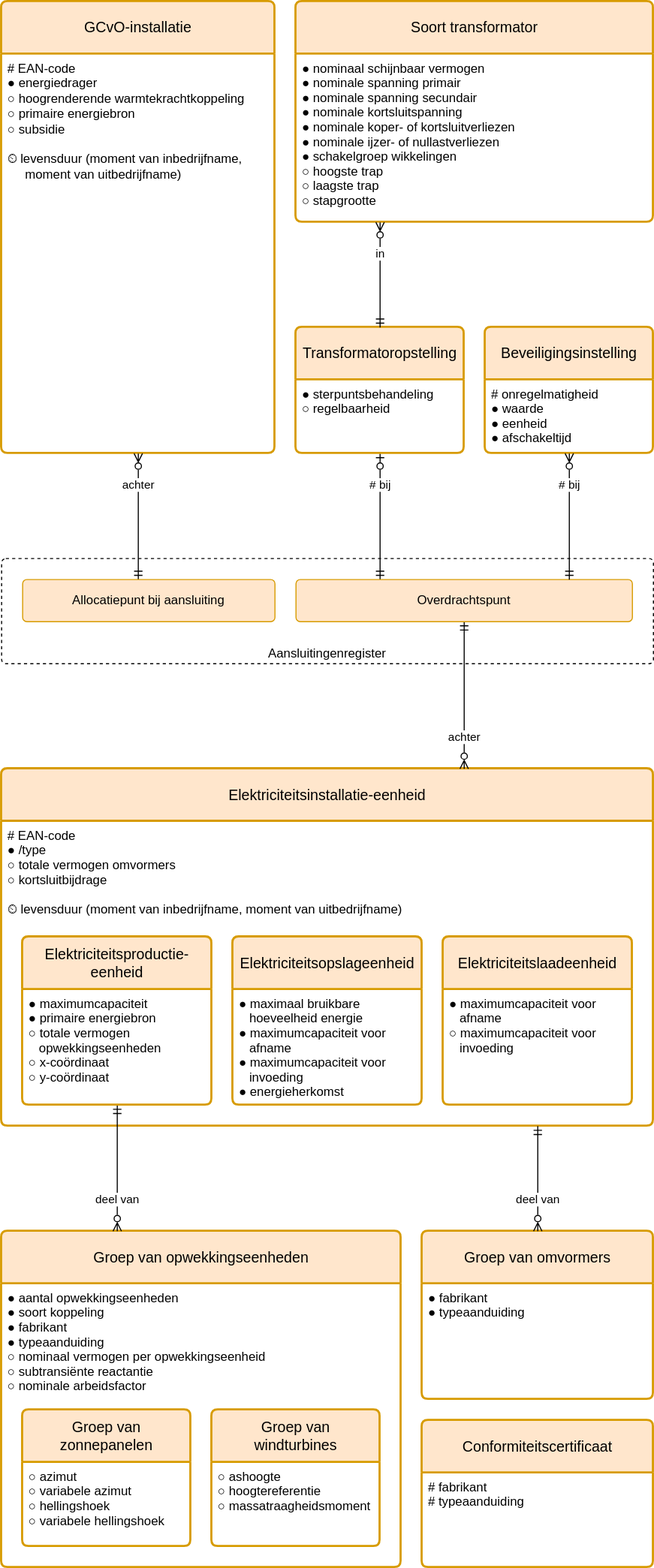
The draw.io diagram modellen/registers/installatieregister/1.0.0/model.drawio.svg in sefanja/nbnl-conceptuele-informatiemodellen, before a commit. Source tidied: cells renumbered, new cells last; positions are measured from the earlier drawing's top-left corner, leaving out a move shared by most shapes.
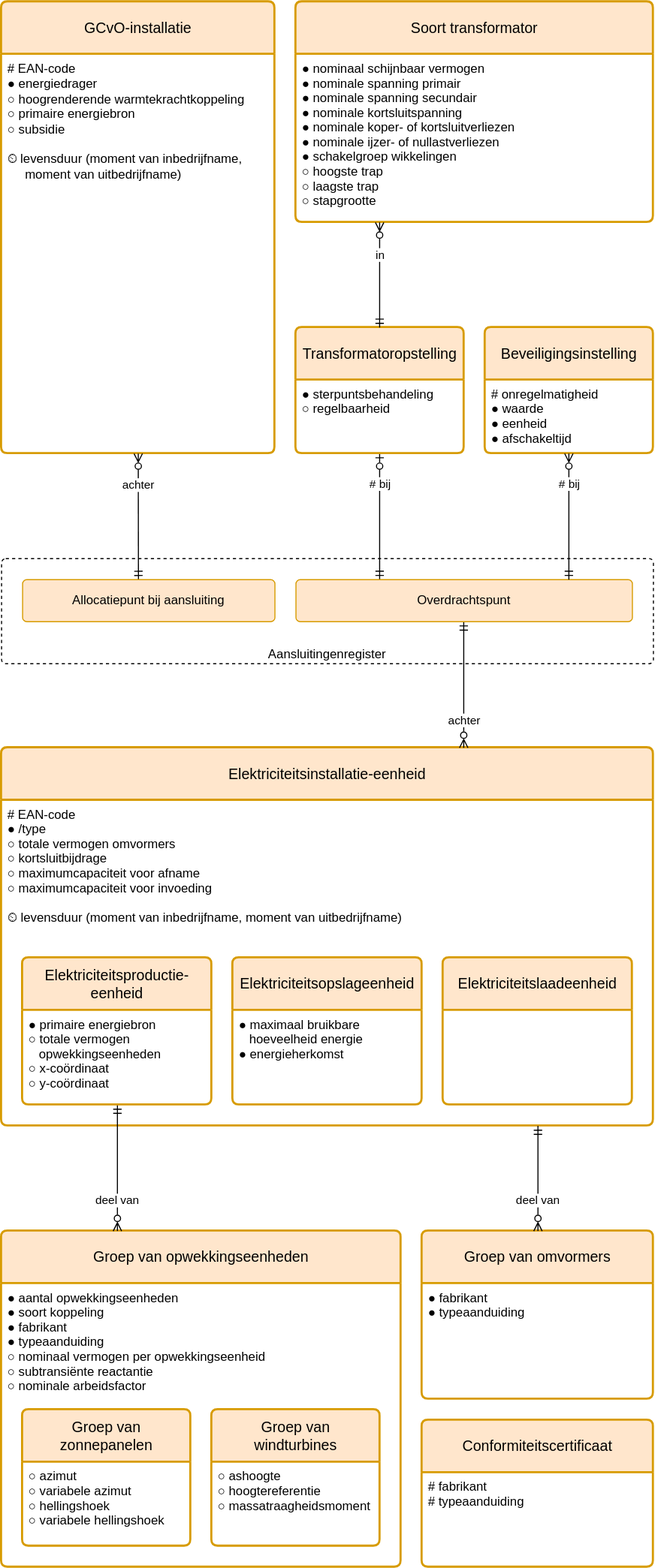
The same file after the commit.

Change to the diagram source:
```diff
@@ -15,10 +15,10 @@
       <mxGeometry x="-0.5" relative="1" as="geometry" />
     </mxCell>
     <mxCell id="6" value="Elektriciteitsinstallatie-eenheid" style="swimlane;horizontal=1;startSize=50;rounded=1;fontSize=14;fontStyle=0;strokeWidth=2;shadow=0;dashed=0;align=center;fillColor=#ffe6cc;strokeColor=#d79b00;arcSize=4;whiteSpace=wrap;html=1;spacing=10;" parent="1" vertex="1">
-      <mxGeometry y="730" width="620" height="340" as="geometry" />
+      <mxGeometry y="710" width="620" height="360" as="geometry" />
     </mxCell>
-    <mxCell id="7" value="# EAN-code&#10;● /type&#10;○ totale vermogen omvormers&#10;○ kortsluitbijdrage&#10;&#10;⏲ levensduur (moment van inbedrijfname, moment van uitbedrijfname)" style="align=left;strokeColor=none;fillColor=none;spacingLeft=4;fontSize=12;verticalAlign=top;" parent="6" vertex="1">
-      <mxGeometry y="50" width="620" height="290" as="geometry" />
+    <mxCell id="7" value="# EAN-code&#10;● /type&#10;○ totale vermogen omvormers&#10;○ kortsluitbijdrage&#10;○ maximumcapaciteit voor afname&#10;○ maximumcapaciteit voor invoeding&#10;&#10;⏲ levensduur (moment van inbedrijfname, moment van uitbedrijfname)" style="align=left;strokeColor=none;fillColor=none;spacingLeft=4;fontSize=12;verticalAlign=top;" parent="6" vertex="1">
+      <mxGeometry y="50" width="620" height="310" as="geometry" />
     </mxCell>
     <mxCell id="8" value="Groep van opwekkingseenheden" style="swimlane;horizontal=1;startSize=50;rounded=1;fontSize=14;fontStyle=0;strokeWidth=2;shadow=0;dashed=0;align=center;fillColor=#ffe6cc;strokeColor=#d79b00;arcSize=4;whiteSpace=wrap;html=1;spacing=10;" parent="1" vertex="1">
       <mxGeometry y="1170" width="380" height="320" as="geometry" />
@@ -39,16 +39,16 @@
       <mxGeometry x="0.5" relative="1" as="geometry" />
     </mxCell>
     <mxCell id="14" value="Elektriciteitsproductie-eenheid" style="swimlane;horizontal=1;startSize=50;rounded=1;fontSize=14;fontStyle=0;strokeWidth=2;shadow=0;dashed=0;align=center;fillColor=#ffe6cc;strokeColor=#d79b00;arcSize=4;whiteSpace=wrap;html=1;spacing=10;" parent="1" vertex="1">
-      <mxGeometry x="20" y="890" width="180" height="160" as="geometry" />
+      <mxGeometry x="20" y="910" width="180" height="140" as="geometry" />
     </mxCell>
-    <mxCell id="15" value="● maximumcapaciteit&#10;● primaire energiebron&#10;○ totale vermogen&#10;   opwekkingseenheden&#10;○ x-coördinaat&#10;○ y-coördinaat" style="align=left;strokeColor=none;fillColor=none;spacingLeft=4;fontSize=12;verticalAlign=top;" parent="14" vertex="1">
-      <mxGeometry y="50" width="180" height="110" as="geometry" />
+    <mxCell id="15" value="● primaire energiebron&#10;○ totale vermogen&#10;   opwekkingseenheden&#10;○ x-coördinaat&#10;○ y-coördinaat" style="align=left;strokeColor=none;fillColor=none;spacingLeft=4;fontSize=12;verticalAlign=top;" parent="14" vertex="1">
+      <mxGeometry y="50" width="180" height="90" as="geometry" />
     </mxCell>
     <mxCell id="16" value="Elektriciteitsopslageenheid" style="swimlane;horizontal=1;startSize=50;rounded=1;fontSize=14;fontStyle=0;strokeWidth=2;shadow=0;dashed=0;align=center;fillColor=#ffe6cc;strokeColor=#d79b00;arcSize=4;whiteSpace=wrap;html=1;spacing=10;" parent="1" vertex="1">
-      <mxGeometry x="220" y="890" width="180" height="160" as="geometry" />
+      <mxGeometry x="220" y="910" width="180" height="140" as="geometry" />
     </mxCell>
-    <mxCell id="17" value="● maximaal bruikbare&#10;   hoeveelheid energie&#10;● maximumcapaciteit voor&#10;   afname&#10;● maximumcapaciteit voor&#10;   invoeding&#10;● energieherkomst" style="align=left;strokeColor=none;fillColor=none;spacingLeft=4;fontSize=12;verticalAlign=top;fontStyle=0;" parent="16" vertex="1">
-      <mxGeometry y="50" width="180" height="110" as="geometry" />
+    <mxCell id="17" value="● maximaal bruikbare&#10;   hoeveelheid energie&#10;● energieherkomst" style="align=left;strokeColor=none;fillColor=none;spacingLeft=4;fontSize=12;verticalAlign=top;fontStyle=0;" parent="16" vertex="1">
+      <mxGeometry y="50" width="180" height="90" as="geometry" />
     </mxCell>
     <mxCell id="18" value="achter" style="endArrow=ERmandOne;html=1;rounded=0;endFill=0;startArrow=ERzeroToMany;startFill=0;align=center;edgeStyle=elbowEdgeStyle;" parent="1" edge="1" source="6" target="19">
       <mxGeometry x="-0.57" relative="1" as="geometry" />
@@ -105,10 +105,10 @@
       <mxGeometry y="50" width="160" height="80" as="geometry" />
     </mxCell>
     <mxCell id="36" value="Elektriciteitslaadeenheid" style="swimlane;horizontal=1;startSize=50;rounded=1;fontSize=14;fontStyle=0;strokeWidth=2;shadow=0;dashed=0;align=center;fillColor=#ffe6cc;strokeColor=#d79b00;arcSize=4;whiteSpace=wrap;html=1;spacing=10;" parent="1" vertex="1">
-      <mxGeometry x="420" y="890" width="180" height="160" as="geometry" />
+      <mxGeometry x="420" y="910" width="180" height="140" as="geometry" />
     </mxCell>
-    <mxCell id="37" value="● maximumcapaciteit voor&#10;   afname&#10;○ maximumcapaciteit voor&#10;   invoeding" style="align=left;strokeColor=none;fillColor=none;spacingLeft=4;fontSize=12;verticalAlign=top;fontStyle=0;" parent="36" vertex="1">
-      <mxGeometry y="50" width="180" height="110" as="geometry" />
+    <mxCell id="37" value=" " style="align=left;strokeColor=none;fillColor=none;spacingLeft=4;fontSize=12;verticalAlign=top;fontStyle=0;" parent="36" vertex="1">
+      <mxGeometry y="50" width="180" height="90" as="geometry" />
     </mxCell>
   </root>
 </mxGraphModel>
```
